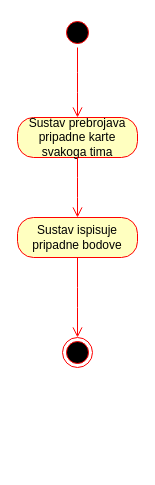
Above: page "Activity: Bodovanje" (8 of 10) of Dijagram.drawio in TheRealJoci/Tressette-Terminal-Card-Game (draw.io), before the change. Source tidied: cells renumbered, new cells numbered last; positions are measured from the earlier drawing's top-left corner, leaving out a move shared by most shapes. Both pictures are drawn from the tidied source at 100%, with x=0, y=0 at pixel (17, 17).
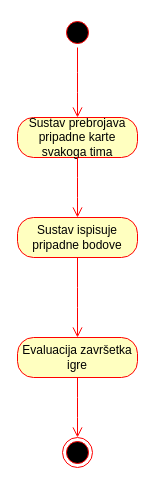
After the change.

The edit, as a diff of the source:
```diff
@@
 <mxGraphModel>
   <root>
     <mxCell id="0" />
     <mxCell id="1" parent="0" />
     <mxCell id="2" style="ellipse;html=1;shape=startState;fillColor=#000000;strokeColor=#ff0000;" parent="1" vertex="1">
       <mxGeometry x="45" width="30" height="30" as="geometry" />
     </mxCell>
     <mxCell id="3" style="edgeStyle=orthogonalEdgeStyle;html=1;verticalAlign=bottom;endArrow=open;endSize=8;strokeColor=#ff0000;" parent="1" edge="1" source="2">
       <mxGeometry relative="1" as="geometry">
         <mxPoint x="60" y="100" as="targetPoint" />
       </mxGeometry>
     </mxCell>
     <mxCell id="4" value="Sustav prebrojava pripadne karte svakoga tima" style="rounded=1;whiteSpace=wrap;html=1;arcSize=40;fontColor=#000000;fillColor=#ffffc0;strokeColor=#ff0000;" parent="1" vertex="1">
       <mxGeometry y="100" width="120" height="40" as="geometry" />
     </mxCell>
     <mxCell id="5" style="edgeStyle=orthogonalEdgeStyle;html=1;verticalAlign=bottom;endArrow=open;endSize=8;strokeColor=#ff0000;" parent="1" edge="1" source="4">
       <mxGeometry relative="1" as="geometry">
         <mxPoint x="60" y="200" as="targetPoint" />
       </mxGeometry>
     </mxCell>
     <mxCell id="6" value="Sustav ispisuje pripadne bodove" style="rounded=1;whiteSpace=wrap;html=1;arcSize=40;fontColor=#000000;fillColor=#ffffc0;strokeColor=#ff0000;" parent="1" vertex="1">
       <mxGeometry y="200" width="120" height="40" as="geometry" />
     </mxCell>
     <mxCell id="7" style="edgeStyle=orthogonalEdgeStyle;html=1;verticalAlign=bottom;endArrow=open;endSize=8;strokeColor=#ff0000;" parent="1" edge="1" source="6">
       <mxGeometry relative="1" as="geometry">
         <mxPoint x="60" y="320" as="targetPoint" />
       </mxGeometry>
     </mxCell>
     <mxCell id="8" style="ellipse;html=1;shape=endState;fillColor=#000000;strokeColor=#ff0000;" parent="1" vertex="1">
-      <mxGeometry x="45" y="320" width="30" height="30" as="geometry" />
+      <mxGeometry x="45" y="420" width="30" height="30" as="geometry" />
     </mxCell>
+    <mxCell id="9" value="Evaluacija završetka igre" style="rounded=1;whiteSpace=wrap;html=1;arcSize=40;fontColor=#000000;fillColor=#ffffc0;strokeColor=#ff0000;" parent="1" vertex="1">
+      <mxGeometry y="320" width="120" height="40" as="geometry" />
+    </mxCell>
+    <mxCell id="10" style="edgeStyle=orthogonalEdgeStyle;html=1;verticalAlign=bottom;endArrow=open;endSize=8;strokeColor=#ff0000;" parent="1" edge="1" source="9">
+      <mxGeometry relative="1" as="geometry">
+        <mxPoint x="60" y="420" as="targetPoint" />
+      </mxGeometry>
+    </mxCell>
   </root>
 </mxGraphModel>
```
